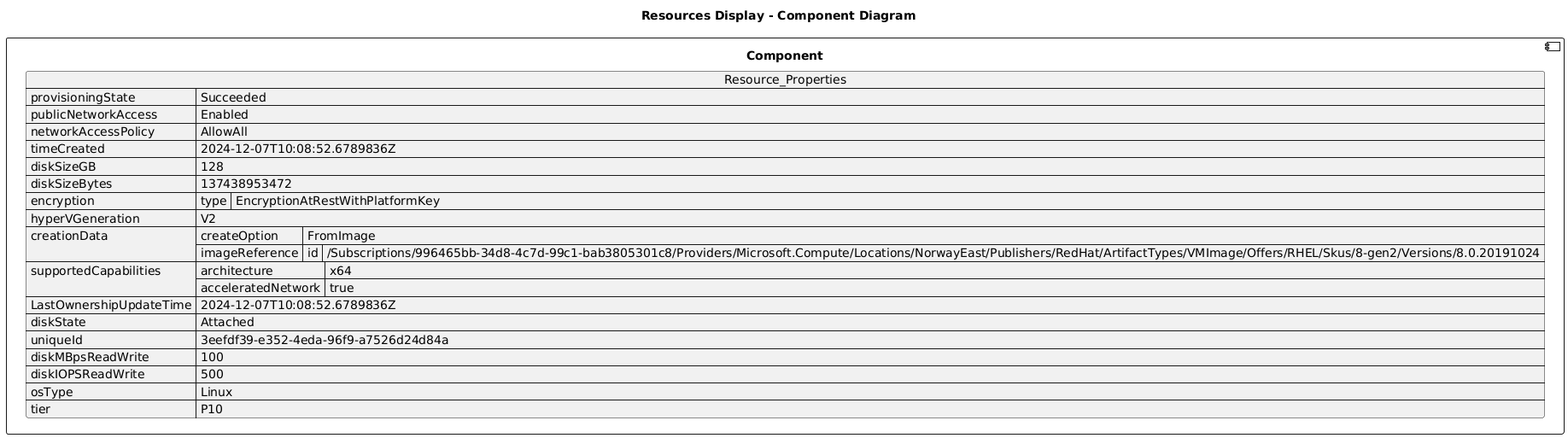
Before: diagrams/t-dna-rhel1-osdisk.png, a diagram exported from PlantUML (DanielAmpong/Test-Azure-architecture-diagram).
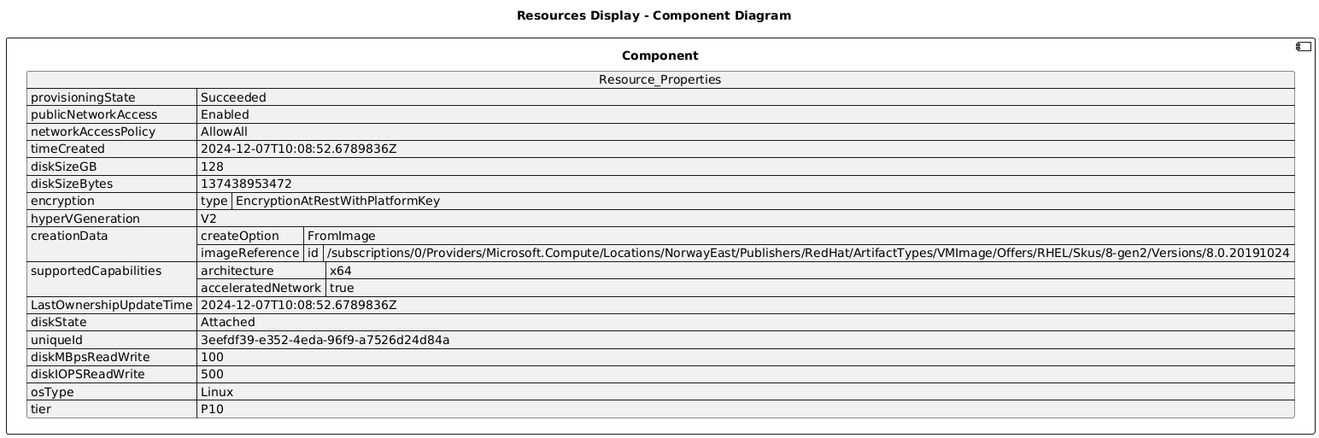
After the commit.

Diff of the diagram source:
```diff
@@ -18,7 +18,7 @@
   "creationData": {
     "createOption": "FromImage",
     "imageReference": {
-      "id": "/Subscriptions/996465bb-34d8-4c7d-99c1-bab3805301c8/Providers/Microsoft.Compute/Locations/NorwayEast/Publishers/RedHat/ArtifactTypes/VMImage/Offers/RHEL/Skus/8-gen2/Versions/8.0.20191024"
+      "id": "/subscriptions/0/Providers/Microsoft.Compute/Locations/NorwayEast/Publishers/RedHat/ArtifactTypes/VMImage/Offers/RHEL/Skus/8-gen2/Versions/8.0.20191024"
     }
   },
   "supportedCapabilities": {
```
